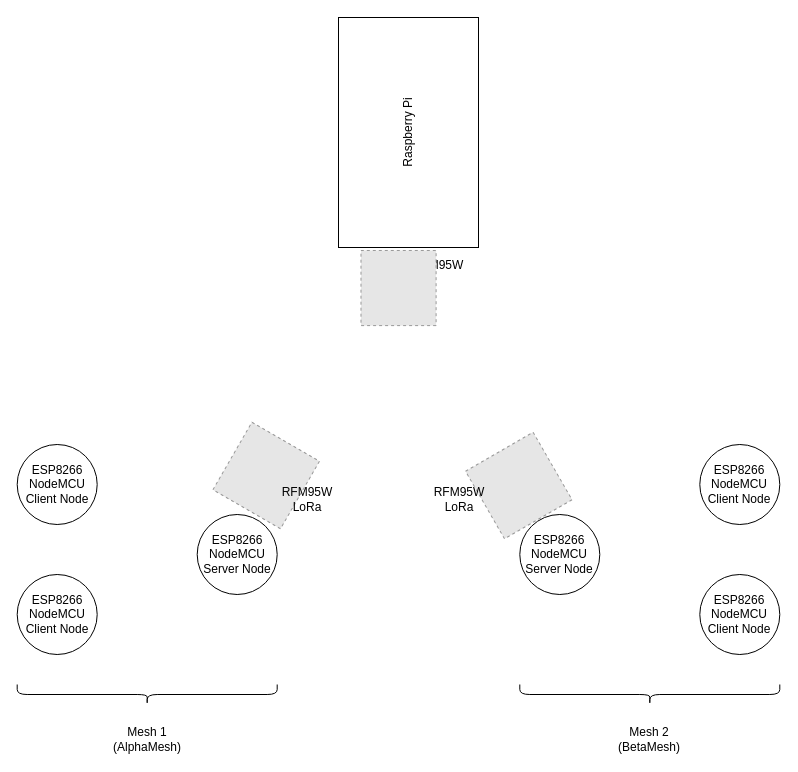
This is General Overview.drawio from camejuanm/esp8266MeshLoRaServer, a draw.io file, before an edit. Source tidied: cells renumbered, new cells numbered last; positions are measured from the earlier drawing's top-left corner, leaving out a move shared by most shapes. Both pictures are drawn from the tidied source at 100%, with x=0, y=0 at pixel (17, 62). Pictures stored in the file or linked from it are replaced by grey dashed boxes.
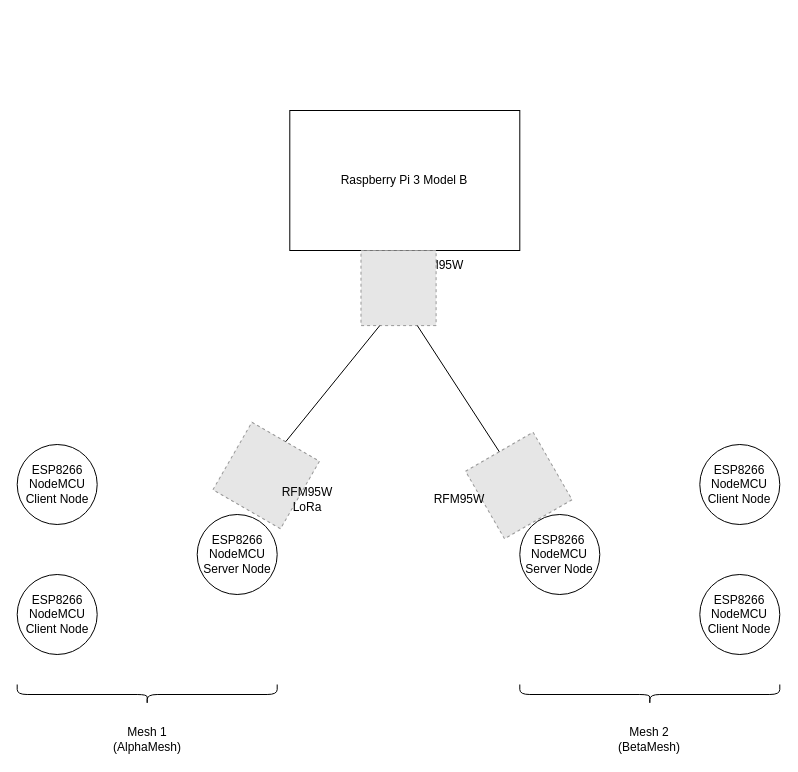
After the change.

The change refers to these unchanged cells:
```xml
<mxCell id="12" style="fillColor=#E6E6E6;strokeColor=#999999;dashed=1;html=1;verticalAlign=top;verticalLabelPosition=bottom;labelBackgroundColor=#ffffff;rotation=-30;" parent="1" vertex="1">
  <mxGeometry x="462.3" y="384" width="78" height="78" as="geometry" />
</mxCell>
<mxCell id="13" style="fillColor=#E6E6E6;strokeColor=#999999;dashed=1;html=1;verticalAlign=top;verticalLabelPosition=bottom;labelBackgroundColor=#ffffff;rotation=30;" parent="1" vertex="1">
  <mxGeometry x="209.7" y="374" width="78" height="78" as="geometry" />
</mxCell>
<mxCell id="18" style="fillColor=#E6E6E6;strokeColor=#999999;dashed=1;html=1;verticalAlign=top;verticalLabelPosition=bottom;labelBackgroundColor=#ffffff;rotation=-180;" parent="1" vertex="1">
  <mxGeometry x="343.5" y="188" width="75.1" height="75.1" as="geometry" />
</mxCell>
```

Change to the diagram source:
```diff
@@
-    <mxCell id="14" value="RFM95W&lt;br&gt;LoRa" style="text;html=1;strokeColor=none;fillColor=none;align=center;verticalAlign=middle;whiteSpace=wrap;rounded=0;" parent="1" vertex="1">
+    <mxCell id="14" value="RFM95W&lt;br&gt;" style="text;html=1;strokeColor=none;fillColor=none;align=center;verticalAlign=middle;whiteSpace=wrap;rounded=0;" parent="1" vertex="1">
       <mxGeometry x="412.3" y="422" width="60" height="30" as="geometry" />
     </mxCell>
@@
-    <mxCell id="16" value="Raspberry Pi" style="rounded=0;whiteSpace=wrap;html=1;rotation=-90;" parent="1" vertex="1">
-      <mxGeometry x="276" width="230" height="140" as="geometry" />
+    <mxCell id="16" value="Raspberry Pi 3 Model B" style="rounded=0;whiteSpace=wrap;html=1;rotation=0;" parent="1" vertex="1">
+      <mxGeometry x="272.3" y="48" width="230" height="140" as="geometry" />
     </mxCell>
@@
+    <mxCell id="19" style="endArrow=none;html=1;rounded=0;entryX=0.25;entryY=0;entryDx=0;entryDy=0;exitX=0.5;exitY=0;exitDx=0;exitDy=0;" parent="1" edge="1" source="12" target="18">
+      <mxGeometry relative="1" as="geometry" />
+    </mxCell>
+    <mxCell id="20" style="endArrow=none;html=1;rounded=0;exitX=0.5;exitY=0;exitDx=0;exitDy=0;entryX=0.75;entryY=0;entryDx=0;entryDy=0;" parent="1" edge="1" source="13" target="18">
+      <mxGeometry relative="1" as="geometry" />
+    </mxCell>
```
